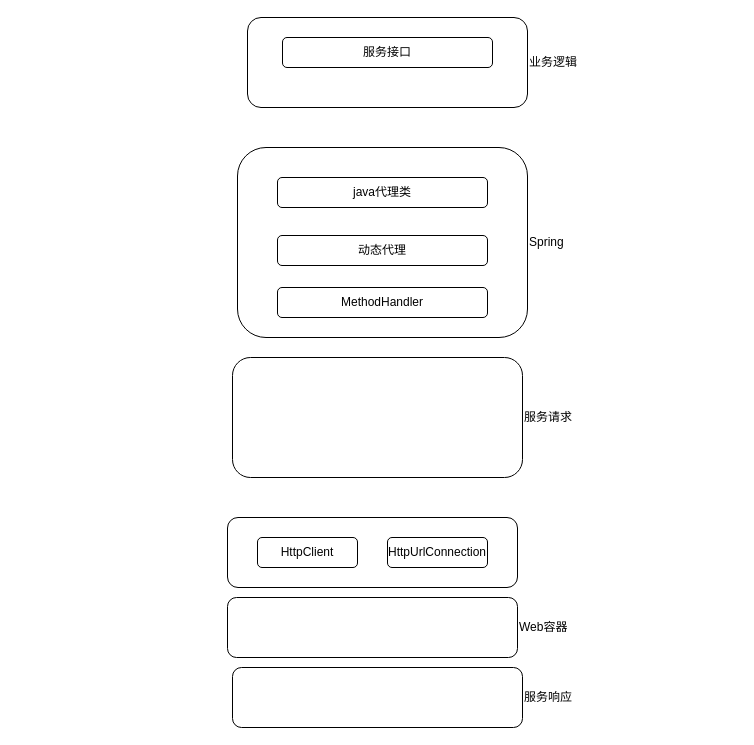
jiajw0426/docsify keeps this draw.io diagram as page "微服务" (2 of 3) of uapp.drawio. Above is the earlier version. Source tidied: cells renumbered, new cells numbered last; positions are measured from the earlier drawing's top-left corner, leaving out a move shared by most shapes. Both pictures are drawn from the tidied source at 100%, with x=0, y=0 at pixel (227, 17). Pictures stored in the file or linked from it are replaced by grey dashed boxes.
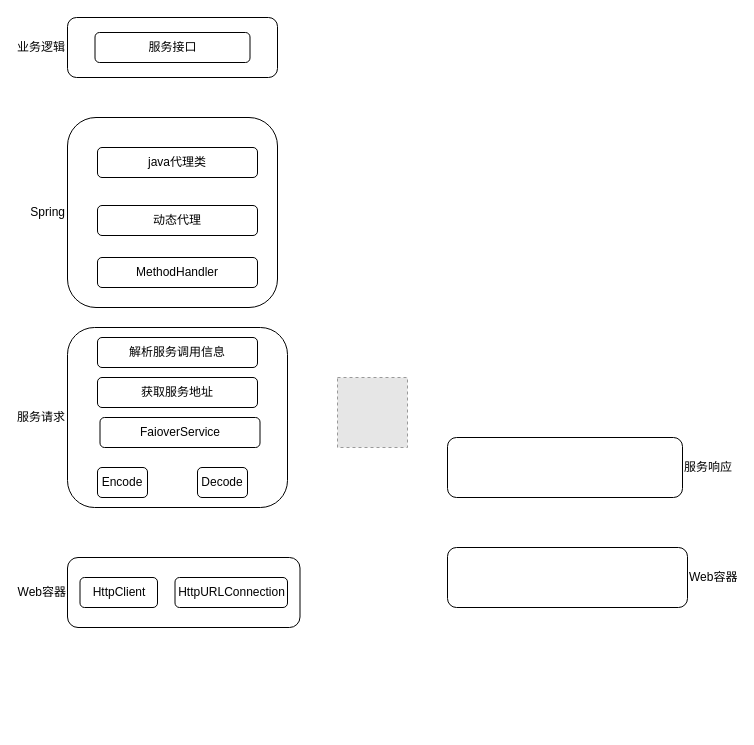
Above is the later version.

What changed in the source:
```diff
@@
 <mxGraphModel>
   <root>
     <mxCell id="0" />
     <mxCell id="1" parent="0" />
-    <mxCell id="2" value="业务逻辑" style="rounded=1;whiteSpace=wrap;html=1;textDirection=ltr;labelPosition=right;verticalLabelPosition=middle;align=left;verticalAlign=middle;" parent="1" vertex="1">
-      <mxGeometry x="20" width="280" height="90" as="geometry" />
+    <mxCell id="2" value="业务逻辑" style="rounded=1;whiteSpace=wrap;html=1;textDirection=ltr;labelPosition=left;verticalLabelPosition=middle;align=right;verticalAlign=middle;" parent="1" vertex="1">
+      <mxGeometry x="-160" width="210" height="60" as="geometry" />
     </mxCell>
-    <mxCell id="3" value="Spring" style="rounded=1;whiteSpace=wrap;html=1;labelPosition=right;verticalLabelPosition=middle;align=left;verticalAlign=middle;" parent="1" vertex="1">
-      <mxGeometry x="10" y="130" width="290" height="190" as="geometry" />
+    <mxCell id="3" value="Spring" style="rounded=1;whiteSpace=wrap;html=1;labelPosition=left;verticalLabelPosition=middle;align=right;verticalAlign=middle;" parent="1" vertex="1">
+      <mxGeometry x="-160" y="100" width="210" height="190" as="geometry" />
     </mxCell>
     <mxCell id="4" value="服务接口" style="rounded=1;whiteSpace=wrap;html=1;" parent="1" vertex="1">
-      <mxGeometry x="55" y="20" width="210" height="30" as="geometry" />
+      <mxGeometry x="-132.5" y="15" width="155" height="30" as="geometry" />
     </mxCell>
     <mxCell id="5" value="动态代理" style="rounded=1;whiteSpace=wrap;html=1;" parent="1" vertex="1">
-      <mxGeometry x="50" y="218" width="210" height="30" as="geometry" />
+      <mxGeometry x="-130" y="188" width="160" height="30" as="geometry" />
     </mxCell>
-    <mxCell id="6" style="rounded=1;whiteSpace=wrap;html=1;" parent="1" vertex="1">
-      <mxGeometry y="500" width="290" height="70" as="geometry" />
+    <mxCell id="6" value="Web容器" style="rounded=1;whiteSpace=wrap;html=1;labelPosition=left;verticalLabelPosition=middle;align=right;verticalAlign=middle;" parent="1" vertex="1">
+      <mxGeometry x="-160" y="540" width="232.5" height="70" as="geometry" />
     </mxCell>
     <mxCell id="7" value="HttpClient" style="rounded=1;whiteSpace=wrap;html=1;" parent="1" vertex="1">
-      <mxGeometry x="30" y="520" width="100" height="30" as="geometry" />
+      <mxGeometry x="-147.5" y="560" width="77.5" height="30" as="geometry" />
     </mxCell>
-    <mxCell id="8" value="HttpUrlConnection" style="rounded=1;whiteSpace=wrap;html=1;" parent="1" vertex="1">
-      <mxGeometry x="160" y="520" width="100" height="30" as="geometry" />
+    <mxCell id="8" value="HttpURLConnection" style="rounded=1;whiteSpace=wrap;html=1;" parent="1" vertex="1">
+      <mxGeometry x="-52.5" y="560" width="112.5" height="30" as="geometry" />
     </mxCell>
-    <mxCell id="9" value="服务请求" style="rounded=1;whiteSpace=wrap;html=1;labelPosition=right;verticalLabelPosition=middle;align=left;verticalAlign=middle;" parent="1" vertex="1">
-      <mxGeometry x="5" y="340" width="290" height="120" as="geometry" />
+    <mxCell id="9" value="服务请求" style="rounded=1;whiteSpace=wrap;html=1;labelPosition=left;verticalLabelPosition=middle;align=right;verticalAlign=middle;" parent="1" vertex="1">
+      <mxGeometry x="-160" y="310" width="220" height="180" as="geometry" />
     </mxCell>
     <mxCell id="10" value="服务响应" style="rounded=1;whiteSpace=wrap;html=1;labelPosition=right;verticalLabelPosition=middle;align=left;verticalAlign=middle;" parent="1" vertex="1">
-      <mxGeometry x="5" y="650" width="290" height="60" as="geometry" />
+      <mxGeometry x="220" y="420" width="235" height="60" as="geometry" />
     </mxCell>
     <mxCell id="11" value="Web容器" style="rounded=1;whiteSpace=wrap;html=1;labelPosition=right;verticalLabelPosition=middle;align=left;verticalAlign=middle;" parent="1" vertex="1">
-      <mxGeometry y="580" width="290" height="60" as="geometry" />
+      <mxGeometry x="220" y="530" width="240" height="60" as="geometry" />
     </mxCell>
     <mxCell id="12" value="java代理类" style="rounded=1;whiteSpace=wrap;html=1;" parent="1" vertex="1">
-      <mxGeometry x="50" y="160" width="210" height="30" as="geometry" />
+      <mxGeometry x="-130" y="130" width="160" height="30" as="geometry" />
     </mxCell>
     <mxCell id="13" value="MethodHandler" style="rounded=1;whiteSpace=wrap;html=1;" parent="1" vertex="1">
-      <mxGeometry x="50" y="270" width="210" height="30" as="geometry" />
+      <mxGeometry x="-130" y="240" width="160" height="30" as="geometry" />
     </mxCell>
+    <mxCell id="14" style="fillColor=#E6E6E6;strokeColor=#999999;dashed=1;verticalLabelPosition=bottom;labelBackgroundColor=default;verticalAlign=top;" parent="1" vertex="1">
+      <mxGeometry x="110" y="360" width="70" height="70" as="geometry" />
+    </mxCell>
+    <mxCell id="15" value="解析服务调用信息" style="rounded=1;whiteSpace=wrap;html=1;" parent="1" vertex="1">
+      <mxGeometry x="-130" y="320" width="160" height="30" as="geometry" />
+    </mxCell>
+    <mxCell id="16" value="获取服务地址" style="rounded=1;whiteSpace=wrap;html=1;" parent="1" vertex="1">
+      <mxGeometry x="-130" y="360" width="160" height="30" as="geometry" />
+    </mxCell>
+    <mxCell id="17" value="FaioverService" style="rounded=1;whiteSpace=wrap;html=1;labelPosition=center;verticalLabelPosition=middle;align=center;verticalAlign=middle;" parent="1" vertex="1">
+      <mxGeometry x="-127.5" y="400" width="160" height="30" as="geometry" />
+    </mxCell>
+    <mxCell id="18" value="Encode" style="rounded=1;whiteSpace=wrap;html=1;labelPosition=center;verticalLabelPosition=middle;align=center;verticalAlign=middle;" parent="1" vertex="1">
+      <mxGeometry x="-130" y="450" width="50" height="30" as="geometry" />
+    </mxCell>
+    <mxCell id="19" value="Decode" style="rounded=1;whiteSpace=wrap;html=1;labelPosition=center;verticalLabelPosition=middle;align=center;verticalAlign=middle;" parent="1" vertex="1">
+      <mxGeometry x="-30" y="450" width="50" height="30" as="geometry" />
+    </mxCell>
   </root>
 </mxGraphModel>
```
